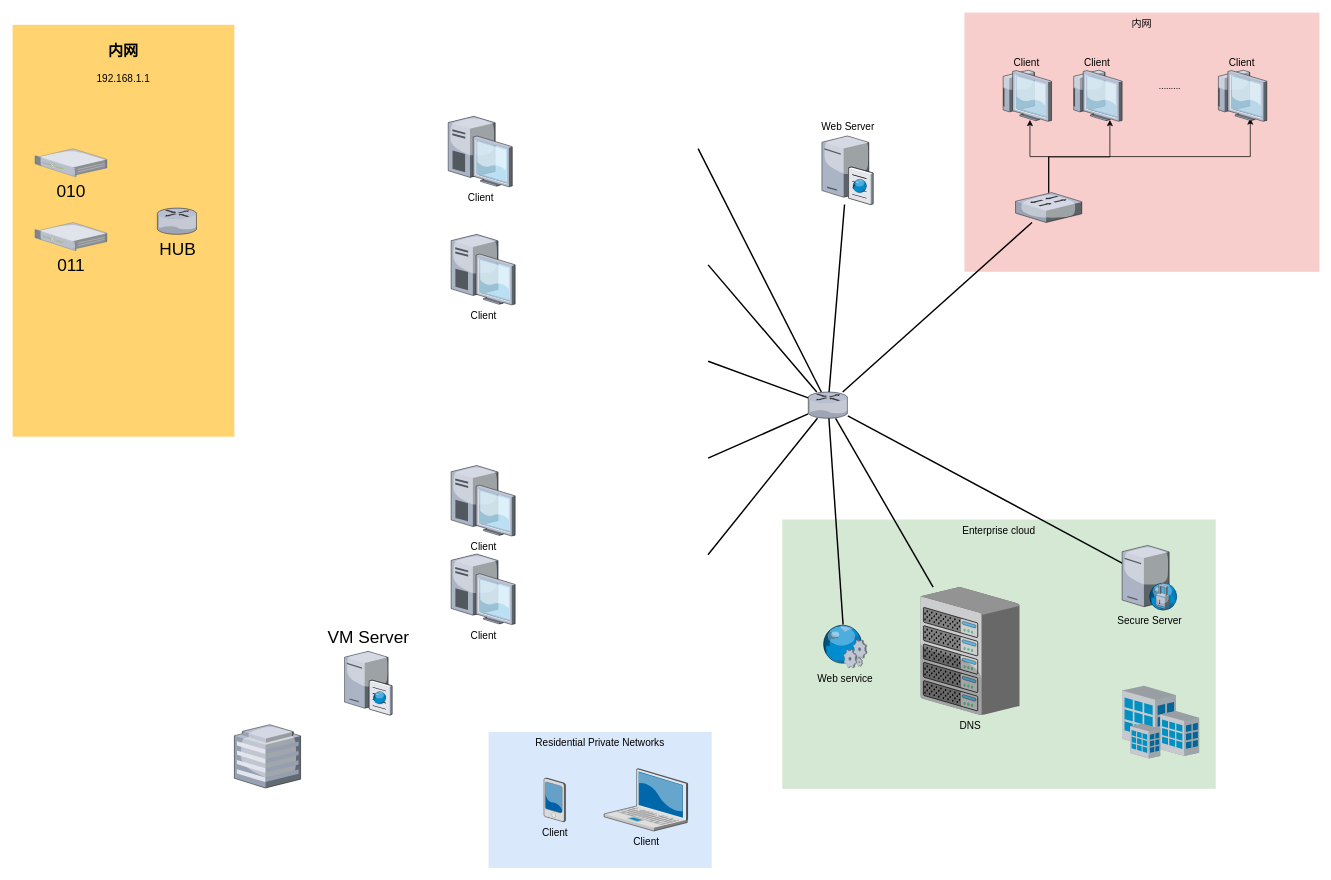
Before: 未命名绘图.drawio in sustcsugar/draw.io, a draw.io diagram. Source tidied: cells renumbered, new cells numbered last; positions are measured from the earlier drawing's top-left corner, leaving out a move shared by most shapes. Both pictures are drawn from the tidied source at 72%, with x=0, y=0 at pixel (12, 12).
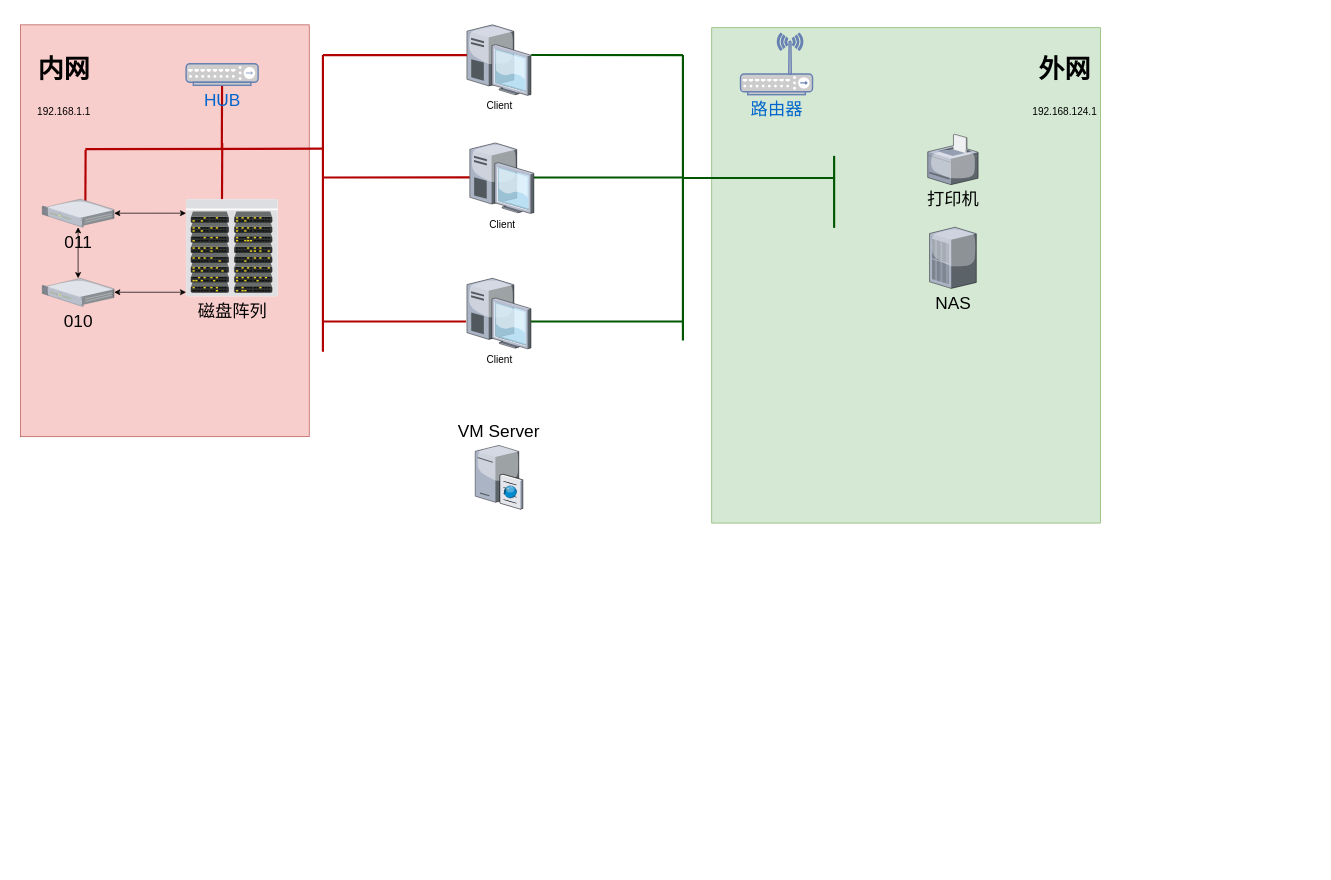
Above is the later version.

Commit message (it also covers changes not shown here):
更新未命名绘图.drawio

What changed in the source:
```diff
@@
-    <mxCell id="2" value="内网" style="whiteSpace=wrap;html=1;fillColor=#f8cecc;fontSize=14;strokeColor=none;verticalAlign=top;" parent="1" vertex="1">
-      <mxGeometry x="1322" width="493" height="360" as="geometry" />
+    <mxCell id="2" style="whiteSpace=wrap;html=1;fillColor=#d5e8d4;fontSize=14;strokeColor=#82b366;verticalAlign=top;" parent="1" vertex="1">
+      <mxGeometry x="971" y="21" width="540" height="688" as="geometry" />
     </mxCell>
-    <mxCell id="3" value="Enterprise cloud" style="whiteSpace=wrap;html=1;fillColor=#d5e8d4;fontSize=14;strokeColor=none;verticalAlign=top;" parent="1" vertex="1">
-      <mxGeometry x="1069" y="704" width="602" height="374" as="geometry" />
-    </mxCell>
-    <mxCell id="4" value="&lt;h2&gt;内网&lt;/h2&gt;&lt;div&gt;192.168.1.1&lt;/div&gt;" style="whiteSpace=wrap;html=1;fillColor=#FFD470;gradientColor=none;fontSize=14;strokeColor=none;verticalAlign=top;" parent="1" vertex="1">
-      <mxGeometry y="17" width="308" height="572" as="geometry" />
+    <mxCell id="4" value="&lt;h2&gt;&lt;br&gt;&lt;/h2&gt;" style="whiteSpace=wrap;html=1;fillColor=#f8cecc;fontSize=14;strokeColor=#b85450;verticalAlign=top;" parent="1" vertex="1">
+      <mxGeometry x="11" y="17" width="401" height="572" as="geometry" />
     </mxCell>
-    <mxCell id="5" value="Client" style="verticalLabelPosition=bottom;html=1;verticalAlign=top;strokeColor=none;shape=mxgraph.citrix.desktop;fillColor=#66B2FF;gradientColor=#0066CC;fontSize=14;" parent="1" vertex="1">
-      <mxGeometry x="609" y="308" width="89" height="98" as="geometry" />
-    </mxCell>
     <mxCell id="6" value="Client" style="verticalLabelPosition=bottom;html=1;verticalAlign=top;strokeColor=none;shape=mxgraph.citrix.desktop;fillColor=#66B2FF;gradientColor=#0066CC;fontSize=14;" parent="1" vertex="1">
-      <mxGeometry x="605" y="144" width="89" height="98" as="geometry" />
+      <mxGeometry x="631" y="17" width="89" height="98" as="geometry" />
     </mxCell>
-    <mxCell id="7" style="edgeStyle=none;rounded=0;html=1;startSize=10;endSize=10;jettySize=auto;fontSize=14;endArrow=none;endFill=0;strokeWidth=2;" parent="1" edge="1" source="11" target="13">
-      <mxGeometry relative="1" as="geometry" />
-    </mxCell>
-    <mxCell id="8" style="edgeStyle=none;rounded=0;html=1;startSize=10;endSize=10;jettySize=auto;fontSize=14;endArrow=none;endFill=0;strokeWidth=2;" parent="1" edge="1" source="11" target="12">
-      <mxGeometry relative="1" as="geometry" />
-    </mxCell>
-    <mxCell id="9" style="edgeStyle=none;rounded=0;html=1;startSize=10;endSize=10;jettySize=auto;fontSize=14;endArrow=none;endFill=0;strokeWidth=2;" parent="1" edge="1" source="11" target="24">
-      <mxGeometry relative="1" as="geometry" />
-    </mxCell>
-    <mxCell id="10" style="edgeStyle=none;rounded=0;html=1;startSize=10;endSize=10;jettySize=auto;fontSize=14;endArrow=none;endFill=0;strokeWidth=2;" parent="1" edge="1" source="11" target="20">
-      <mxGeometry relative="1" as="geometry" />
-    </mxCell>
-    <mxCell id="11" style="verticalLabelPosition=bottom;html=1;verticalAlign=top;strokeColor=none;shape=mxgraph.citrix.router;fillColor=#66B2FF;gradientColor=#0066CC;fontSize=14;" parent="1" vertex="1">
-      <mxGeometry x="1105" y="527" width="55" height="36.5" as="geometry" />
-    </mxCell>
-    <mxCell id="12" value="Web Server" style="verticalLabelPosition=top;html=1;verticalAlign=bottom;strokeColor=none;shape=mxgraph.citrix.cache_server;fillColor=#66B2FF;gradientColor=#0066CC;fontSize=14;labelPosition=center;align=center;" parent="1" vertex="1">
-      <mxGeometry x="1124" y="169" width="71" height="97.5" as="geometry" />
-    </mxCell>
-    <mxCell id="13" value="DNS" style="verticalLabelPosition=bottom;html=1;verticalAlign=top;strokeColor=none;shape=mxgraph.citrix.chassis;fillColor=#66B2FF;gradientColor=#0066CC;fontSize=14;" parent="1" vertex="1">
-      <mxGeometry x="1261" y="798" width="137.5" height="177.5" as="geometry" />
-    </mxCell>
-    <mxCell id="14" style="edgeStyle=none;rounded=0;html=1;startSize=10;endSize=10;jettySize=auto;fontSize=14;endArrow=none;endFill=0;strokeWidth=2;" parent="1" edge="1" target="11">
-      <mxGeometry relative="1" as="geometry">
-        <mxPoint x="952.1" y="189" as="sourcePoint" />
-      </mxGeometry>
-    </mxCell>
-    <mxCell id="15" style="edgeStyle=none;rounded=0;html=1;startSize=10;endSize=10;jettySize=auto;fontSize=14;endArrow=none;endFill=0;strokeWidth=2;" parent="1" edge="1" target="11">
-      <mxGeometry relative="1" as="geometry">
-        <mxPoint x="966" y="350.4" as="sourcePoint" />
-      </mxGeometry>
-    </mxCell>
-    <mxCell id="16" style="edgeStyle=none;rounded=0;html=1;startSize=10;endSize=10;jettySize=auto;fontSize=14;endArrow=none;endFill=0;strokeWidth=2;" parent="1" edge="1" target="11">
-      <mxGeometry relative="1" as="geometry">
-        <mxPoint x="966" y="484.2" as="sourcePoint" />
-      </mxGeometry>
-    </mxCell>
-    <mxCell id="17" style="edgeStyle=none;rounded=0;html=1;startSize=10;endSize=10;jettySize=auto;fontSize=14;endArrow=none;endFill=0;strokeWidth=2;" parent="1" edge="1" target="11">
-      <mxGeometry relative="1" as="geometry">
-        <mxPoint x="966" y="618.9" as="sourcePoint" />
-      </mxGeometry>
-    </mxCell>
-    <mxCell id="18" style="edgeStyle=none;rounded=0;html=1;startSize=10;endSize=10;jettySize=auto;fontSize=14;endArrow=none;endFill=0;strokeWidth=2;" parent="1" edge="1" target="11">
-      <mxGeometry relative="1" as="geometry">
-        <mxPoint x="965.8" y="753" as="sourcePoint" />
-      </mxGeometry>
-    </mxCell>
-    <mxCell id="19" style="verticalLabelPosition=bottom;html=1;verticalAlign=top;strokeColor=none;shape=mxgraph.citrix.hq_enterprise;fillColor=#66B2FF;gradientColor=#0066CC;fontSize=14;" parent="1" vertex="1">
-      <mxGeometry x="308" y="989" width="92" height="88" as="geometry" />
-    </mxCell>
-    <mxCell id="20" value="Secure Server" style="verticalLabelPosition=bottom;html=1;verticalAlign=top;strokeColor=none;shape=mxgraph.citrix.proxy_server;fillColor=#66B2FF;gradientColor=#0066CC;fontSize=14;" parent="1" vertex="1">
-      <mxGeometry x="1541" y="740" width="76.5" height="90" as="geometry" />
-    </mxCell>
-    <mxCell id="21" style="edgeStyle=orthogonalEdgeStyle;rounded=0;jettySize=auto;html=1;entryX=0.577;entryY=0.972;entryDx=0;entryDy=0;entryPerimeter=0;" parent="1" edge="1" source="24" target="27">
-      <mxGeometry relative="1" as="geometry">
-        <Array as="points">
-          <mxPoint x="1439" y="200" />
-          <mxPoint x="1413" y="200" />
-        </Array>
-      </mxGeometry>
-    </mxCell>
-    <mxCell id="22" style="edgeStyle=orthogonalEdgeStyle;rounded=0;jettySize=auto;html=1;entryX=0.761;entryY=0.972;entryDx=0;entryDy=0;entryPerimeter=0;" parent="1" edge="1" source="24" target="26">
-      <mxGeometry relative="1" as="geometry" />
-    </mxCell>
-    <mxCell id="23" style="edgeStyle=orthogonalEdgeStyle;rounded=0;jettySize=auto;html=1;entryX=0.676;entryY=0.944;entryDx=0;entryDy=0;entryPerimeter=0;" parent="1" edge="1" source="24" target="25">
-      <mxGeometry relative="1" as="geometry">
-        <Array as="points">
-          <mxPoint x="1439" y="200" />
-          <mxPoint x="1719" y="200" />
-        </Array>
-      </mxGeometry>
-    </mxCell>
-    <mxCell id="24" style="verticalLabelPosition=bottom;html=1;verticalAlign=top;strokeColor=none;shape=mxgraph.citrix.switch;fillColor=#66B2FF;gradientColor=#0066CC;fontSize=14;" parent="1" vertex="1">
-      <mxGeometry x="1393" y="250" width="92" height="41.5" as="geometry" />
-    </mxCell>
-    <mxCell id="25" value="Client" style="verticalLabelPosition=top;html=1;verticalAlign=bottom;strokeColor=none;shape=mxgraph.citrix.thin_client;fillColor=#66B2FF;gradientColor=#0066CC;fontSize=14;labelPosition=center;align=center;" parent="1" vertex="1">
-      <mxGeometry x="1671" y="80" width="71" height="71" as="geometry" />
-    </mxCell>
-    <mxCell id="26" value="Client" style="verticalLabelPosition=top;html=1;verticalAlign=bottom;strokeColor=none;shape=mxgraph.citrix.thin_client;fillColor=#66B2FF;gradientColor=#0066CC;fontSize=14;labelPosition=center;align=center;" parent="1" vertex="1">
-      <mxGeometry x="1470" y="80" width="71" height="71" as="geometry" />
-    </mxCell>
-    <mxCell id="27" value="Client" style="verticalLabelPosition=top;html=1;verticalAlign=bottom;strokeColor=none;shape=mxgraph.citrix.thin_client;fillColor=#66B2FF;gradientColor=#0066CC;fontSize=14;labelPosition=center;align=center;" parent="1" vertex="1">
-      <mxGeometry x="1372" y="80" width="71" height="71" as="geometry" />
-    </mxCell>
-    <mxCell id="28" style="edgeStyle=none;rounded=0;html=1;startSize=10;endSize=10;jettySize=auto;fontSize=14;endArrow=none;endFill=0;strokeWidth=2;" parent="1" edge="1" source="29" target="11">
-      <mxGeometry relative="1" as="geometry" />
-    </mxCell>
-    <mxCell id="29" value="Web service" style="verticalLabelPosition=bottom;html=1;verticalAlign=top;strokeColor=none;shape=mxgraph.citrix.web_service;fillColor=#66B2FF;gradientColor=#0066CC;fontSize=14;" parent="1" vertex="1">
-      <mxGeometry x="1124" y="850" width="63" height="60" as="geometry" />
-    </mxCell>
-    <mxCell id="30" style="verticalLabelPosition=bottom;html=1;verticalAlign=top;strokeColor=none;shape=mxgraph.citrix.site;fillColor=#66B2FF;gradientColor=#0066CC;fontSize=14;" parent="1" vertex="1">
-      <mxGeometry x="1541" y="935" width="107" height="101" as="geometry" />
-    </mxCell>
-    <mxCell id="31" value="........." style="text;html=1;align=center;verticalAlign=middle;strokeColor=none;fillColor=none;" parent="1" vertex="1">
-      <mxGeometry x="1582" y="86.5" width="50" height="30" as="geometry" />
-    </mxCell>
     <mxCell id="32" value="Client" style="verticalLabelPosition=bottom;html=1;verticalAlign=top;strokeColor=none;shape=mxgraph.citrix.desktop;fillColor=#66B2FF;gradientColor=#0066CC;fontSize=14;" parent="1" vertex="1">
-      <mxGeometry x="609" y="629" width="89" height="98" as="geometry" />
+      <mxGeometry x="631" y="369" width="89" height="98" as="geometry" />
     </mxCell>
-    <mxCell id="33" value="Client" style="verticalLabelPosition=bottom;html=1;verticalAlign=top;strokeColor=none;shape=mxgraph.citrix.desktop;fillColor=#66B2FF;gradientColor=#0066CC;fontSize=14;" parent="1" vertex="1">
-      <mxGeometry x="609" y="752" width="89" height="98" as="geometry" />
-    </mxCell>
-    <mxCell id="34" style="group;" parent="1" vertex="1">
-      <mxGeometry x="661" y="999" width="310" height="189" as="geometry" />
-    </mxCell>
-    <mxCell id="35" value="Residential Private Networks" style="whiteSpace=wrap;html=1;fillColor=#dae8fc;fontSize=14;strokeColor=none;verticalAlign=top;" parent="34" vertex="1">
-      <mxGeometry width="310" height="189" as="geometry" />
-    </mxCell>
-    <mxCell id="36" value="Client" style="verticalLabelPosition=bottom;html=1;verticalAlign=top;strokeColor=none;shape=mxgraph.citrix.laptop_2;fillColor=#66B2FF;gradientColor=#0066CC;fontSize=14;" parent="34" vertex="1">
-      <mxGeometry x="160.5" y="51.2" width="116" height="86.5" as="geometry" />
-    </mxCell>
-    <mxCell id="37" value="Client" style="verticalLabelPosition=bottom;html=1;verticalAlign=top;strokeColor=none;shape=mxgraph.citrix.pda;fillColor=#66B2FF;gradientColor=#0066CC;fontSize=14;" parent="34" vertex="1">
-      <mxGeometry x="77" y="64" width="30" height="61" as="geometry" />
-    </mxCell>
-    <mxCell id="38" value="HUB" style="verticalLabelPosition=bottom;sketch=0;html=1;verticalAlign=top;strokeColor=none;align=center;outlineConnect=0;shape=mxgraph.citrix.router;fontSize=24;" parent="1" vertex="1">
-      <mxGeometry x="201" y="271.5" width="55" height="36.5" as="geometry" />
-    </mxCell>
     <mxCell id="39" value="&lt;span style=&quot;font-size: 24px;&quot;&gt;VM Server&lt;/span&gt;" style="verticalLabelPosition=top;html=1;verticalAlign=bottom;strokeColor=none;shape=mxgraph.citrix.cache_server;fillColor=#66B2FF;gradientColor=#0066CC;fontSize=14;labelPosition=center;align=center;" parent="1" vertex="1">
-      <mxGeometry x="461" y="885" width="65.9" height="90.5" as="geometry" />
+      <mxGeometry x="642.5" y="599" width="65.9" height="90.5" as="geometry" />
     </mxCell>
     <mxCell id="40" value="010" style="verticalLabelPosition=bottom;sketch=0;html=1;verticalAlign=top;strokeColor=none;align=center;outlineConnect=0;shape=mxgraph.citrix.1u_2u_server;fontSize=24;" parent="1" vertex="1">
-      <mxGeometry x="31" y="189" width="100" height="39.1" as="geometry" />
+      <mxGeometry x="41" y="369" width="100" height="39.1" as="geometry" />
     </mxCell>
+    <mxCell id="42" style="edgeStyle=orthogonalEdgeStyle;rounded=0;jettySize=auto;html=1;fontSize=24;entryX=0;entryY=0.145;entryDx=0;entryDy=0;entryPerimeter=0;startArrow=classic;startFill=1;" parent="1" edge="1" source="41" target="64">
+      <mxGeometry relative="1" as="geometry" />
+    </mxCell>
+    <mxCell id="43" value="路由器" style="fontColor=#0066CC;verticalAlign=top;verticalLabelPosition=bottom;labelPosition=center;align=center;html=1;fillColor=#CCCCCC;strokeColor=#6881B3;gradientColor=none;gradientDirection=north;strokeWidth=2;shape=mxgraph.networks.wireless_hub;fontSize=24;" parent="1" vertex="1">
+      <mxGeometry x="1011" y="29" width="100" height="85" as="geometry" />
+    </mxCell>
+    <mxCell id="44" value="&lt;h2 style=&quot;border-color: var(--border-color);&quot;&gt;内网&lt;/h2&gt;&lt;div style=&quot;border-color: var(--border-color); font-size: 14px;&quot;&gt;192.168.1.1&lt;/div&gt;" style="text;html=1;align=center;verticalAlign=middle;strokeColor=none;fillColor=none;fontSize=24;" parent="1" vertex="1">
+      <mxGeometry x="21" y="21" width="100" height="130" as="geometry" />
+    </mxCell>
+    <mxCell id="45" style="edgeStyle=orthogonalEdgeStyle;rounded=0;orthogonalLoop=1;jettySize=auto;html=1;fontSize=24;entryX=0;entryY=0.145;entryDx=0;entryDy=0;entryPerimeter=0;startArrow=classic;startFill=1;" parent="1" edge="1">
+      <mxGeometry relative="1" as="geometry">
+        <mxPoint x="141" y="388.4" as="sourcePoint" />
+        <mxPoint x="241" y="388.4" as="targetPoint" />
+      </mxGeometry>
+    </mxCell>
+    <mxCell id="46" style="edgeStyle=orthogonalEdgeStyle;rounded=0;jettySize=auto;html=1;fontSize=24;startArrow=classic;startFill=1;" parent="1" edge="1" source="41" target="40">
+      <mxGeometry relative="1" as="geometry" />
+    </mxCell>
+    <mxCell id="47" style="html=1;rounded=0;fontSize=24;startArrow=none;startFill=0;endArrow=none;endFill=0;strokeWidth=3;fillColor=#e51400;strokeColor=#B20000;" parent="1" edge="1">
+      <mxGeometry relative="1" as="geometry">
+        <mxPoint x="101" y="189.7" as="sourcePoint" />
+        <mxPoint x="431" y="189" as="targetPoint" />
+      </mxGeometry>
+    </mxCell>
+    <mxCell id="48" style="html=1;rounded=0;fontSize=24;startArrow=none;startFill=0;endArrow=none;endFill=0;strokeWidth=3;fillColor=#e51400;strokeColor=#B20000;" parent="1" edge="1">
+      <mxGeometry relative="1" as="geometry">
+        <mxPoint x="431" y="59" as="sourcePoint" />
+        <mxPoint x="431" y="471" as="targetPoint" />
+      </mxGeometry>
+    </mxCell>
+    <mxCell id="49" style="html=1;rounded=0;fontSize=24;startArrow=none;startFill=0;endArrow=none;endFill=0;strokeWidth=3;fillColor=#e51400;strokeColor=#B20000;entryX=0;entryY=0.429;entryDx=0;entryDy=0;entryPerimeter=0;" parent="1" edge="1" target="6">
+      <mxGeometry relative="1" as="geometry">
+        <mxPoint x="431" y="59" as="sourcePoint" />
+      </mxGeometry>
+    </mxCell>
+    <mxCell id="50" style="html=1;rounded=0;fontSize=24;startArrow=none;startFill=0;endArrow=none;endFill=0;strokeWidth=3;fillColor=#e51400;strokeColor=#B20000;entryX=-0.001;entryY=0.489;entryDx=0;entryDy=0;entryPerimeter=0;" parent="1" edge="1" target="5">
+      <mxGeometry relative="1" as="geometry">
+        <mxPoint x="431" y="229" as="sourcePoint" />
+      </mxGeometry>
+    </mxCell>
+    <mxCell id="51" style="html=1;rounded=0;fontSize=24;startArrow=none;startFill=0;endArrow=none;endFill=0;strokeWidth=3;fillColor=#e51400;strokeColor=#B20000;entryX=-0.014;entryY=0.612;entryDx=0;entryDy=0;entryPerimeter=0;" parent="1" edge="1" target="32">
+      <mxGeometry relative="1" as="geometry">
+        <mxPoint x="431" y="429" as="sourcePoint" />
+      </mxGeometry>
+    </mxCell>
+    <mxCell id="52" value="&lt;h2 style=&quot;border-color: var(--border-color);&quot;&gt;外网&lt;/h2&gt;&lt;div style=&quot;border-color: var(--border-color); font-size: 14px;&quot;&gt;192.168.124.1&lt;/div&gt;" style="text;html=1;align=center;verticalAlign=middle;strokeColor=none;fillColor=none;fontSize=24;" parent="1" vertex="1">
+      <mxGeometry x="1406" y="21" width="110" height="130" as="geometry" />
+    </mxCell>
+    <mxCell id="53" style="html=1;rounded=0;fontSize=24;startArrow=none;startFill=0;endArrow=none;endFill=0;strokeWidth=3;fillColor=#008a00;strokeColor=#005700;" parent="1" edge="1">
+      <mxGeometry relative="1" as="geometry">
+        <mxPoint x="931" y="59" as="sourcePoint" />
+        <mxPoint x="931" y="455.5" as="targetPoint" />
+      </mxGeometry>
+    </mxCell>
+    <mxCell id="54" value="打印机" style="verticalLabelPosition=bottom;sketch=0;html=1;verticalAlign=top;strokeColor=none;align=center;shape=mxgraph.citrix.printer;fontSize=24;" parent="1" vertex="1">
+      <mxGeometry x="1271" y="169" width="70" height="70" as="geometry" />
+    </mxCell>
+    <mxCell id="55" value="NAS" style="verticalLabelPosition=bottom;sketch=0;html=1;verticalAlign=top;strokeColor=none;align=center;shape=mxgraph.citrix.pbx_server;fontSize=24;" parent="1" vertex="1">
+      <mxGeometry x="1273.5" y="298.1" width="65" height="85" as="geometry" />
+    </mxCell>
+    <mxCell id="56" style="html=1;rounded=0;fontSize=24;startArrow=none;startFill=0;endArrow=none;endFill=0;strokeWidth=3;fillColor=#008a00;strokeColor=#005700;entryX=1.003;entryY=0.428;entryDx=0;entryDy=0;entryPerimeter=0;" parent="1" edge="1" target="6">
+      <mxGeometry relative="1" as="geometry">
+        <mxPoint x="931" y="59" as="sourcePoint" />
+      </mxGeometry>
+    </mxCell>
+    <mxCell id="57" style="html=1;rounded=0;fontSize=24;startArrow=none;startFill=0;endArrow=none;endFill=0;strokeWidth=3;fillColor=#008a00;strokeColor=#005700;entryX=1.003;entryY=0.428;entryDx=0;entryDy=0;entryPerimeter=0;" parent="1" edge="1">
+      <mxGeometry relative="1" as="geometry">
+        <mxPoint x="931" y="229" as="sourcePoint" />
+        <mxPoint x="720" y="229" as="targetPoint" />
+      </mxGeometry>
+    </mxCell>
+    <mxCell id="58" style="html=1;rounded=0;fontSize=24;startArrow=none;startFill=0;endArrow=none;endFill=0;strokeWidth=3;fillColor=#008a00;strokeColor=#005700;entryX=1.003;entryY=0.428;entryDx=0;entryDy=0;entryPerimeter=0;" parent="1" edge="1">
+      <mxGeometry relative="1" as="geometry">
+        <mxPoint x="931" y="429" as="sourcePoint" />
+        <mxPoint x="720" y="429" as="targetPoint" />
+      </mxGeometry>
+    </mxCell>
+    <mxCell id="5" value="Client" style="verticalLabelPosition=bottom;html=1;verticalAlign=top;strokeColor=none;shape=mxgraph.citrix.desktop;fillColor=#66B2FF;gradientColor=#0066CC;fontSize=14;" parent="1" vertex="1">
+      <mxGeometry x="635" y="181" width="89" height="98" as="geometry" />
+    </mxCell>
+    <mxCell id="59" style="html=1;rounded=0;fontSize=24;startArrow=none;startFill=0;endArrow=none;endFill=0;strokeWidth=3;fillColor=#008a00;strokeColor=#005700;entryX=1.003;entryY=0.428;entryDx=0;entryDy=0;entryPerimeter=0;" parent="1" edge="1">
+      <mxGeometry relative="1" as="geometry">
+        <mxPoint x="1142" y="229.7" as="sourcePoint" />
+        <mxPoint x="931" y="229.7" as="targetPoint" />
+      </mxGeometry>
+    </mxCell>
+    <mxCell id="60" style="html=1;rounded=0;fontSize=24;startArrow=none;startFill=0;endArrow=none;endFill=0;strokeWidth=3;fillColor=#008a00;strokeColor=#005700;" parent="1" edge="1">
+      <mxGeometry relative="1" as="geometry">
+        <mxPoint x="1141" y="299" as="sourcePoint" />
+        <mxPoint x="1141" y="199" as="targetPoint" />
+      </mxGeometry>
+    </mxCell>
+    <mxCell id="61" style="html=1;rounded=0;fontSize=24;startArrow=none;startFill=0;endArrow=none;endFill=0;strokeWidth=3;fillColor=#e51400;strokeColor=#B20000;" parent="1" edge="1" source="38">
+      <mxGeometry relative="1" as="geometry">
+        <mxPoint x="290.6" y="189" as="targetPoint" />
+      </mxGeometry>
+    </mxCell>
+    <mxCell id="38" value="HUB" style="fontColor=#0066CC;verticalAlign=top;verticalLabelPosition=bottom;labelPosition=center;align=center;html=1;outlineConnect=0;fillColor=#CCCCCC;strokeColor=#6881B3;gradientColor=none;gradientDirection=north;strokeWidth=2;shape=mxgraph.networks.hub;fontSize=24;" parent="1" vertex="1">
+      <mxGeometry x="241" y="71" width="100" height="30" as="geometry" />
+    </mxCell>
+    <mxCell id="62" style="html=1;rounded=0;fontSize=24;startArrow=none;startFill=0;endArrow=none;endFill=0;strokeWidth=3;fillColor=#e51400;strokeColor=#B20000;" parent="1" edge="1">
+      <mxGeometry relative="1" as="geometry">
+        <mxPoint x="101.4" y="191" as="sourcePoint" />
+        <mxPoint x="101" y="279" as="targetPoint" />
+      </mxGeometry>
+    </mxCell>
     <mxCell id="41" value="011" style="verticalLabelPosition=bottom;sketch=0;html=1;verticalAlign=top;strokeColor=none;align=center;outlineConnect=0;shape=mxgraph.citrix.1u_2u_server;fontSize=24;" parent="1" vertex="1">
-      <mxGeometry x="31" y="291.5" width="100" height="39.1" as="geometry" />
+      <mxGeometry x="41" y="259" width="100" height="39.1" as="geometry" />
     </mxCell>
+    <mxCell id="63" style="html=1;rounded=0;fontSize=24;startArrow=none;startFill=0;endArrow=none;endFill=0;strokeWidth=3;fillColor=#e51400;strokeColor=#B20000;" parent="1" edge="1">
+      <mxGeometry relative="1" as="geometry">
+        <mxPoint x="291.2" y="181" as="sourcePoint" />
+        <mxPoint x="290.8" y="269" as="targetPoint" />
+      </mxGeometry>
+    </mxCell>
+    <mxCell id="64" value="磁盘阵列" style="verticalLabelPosition=bottom;sketch=0;html=1;verticalAlign=top;strokeColor=none;align=center;outlineConnect=0;shape=mxgraph.citrix.datacenter;fontSize=24;" parent="1" vertex="1">
+      <mxGeometry x="241" y="259" width="127.5" height="135" as="geometry" />
+    </mxCell>
```
